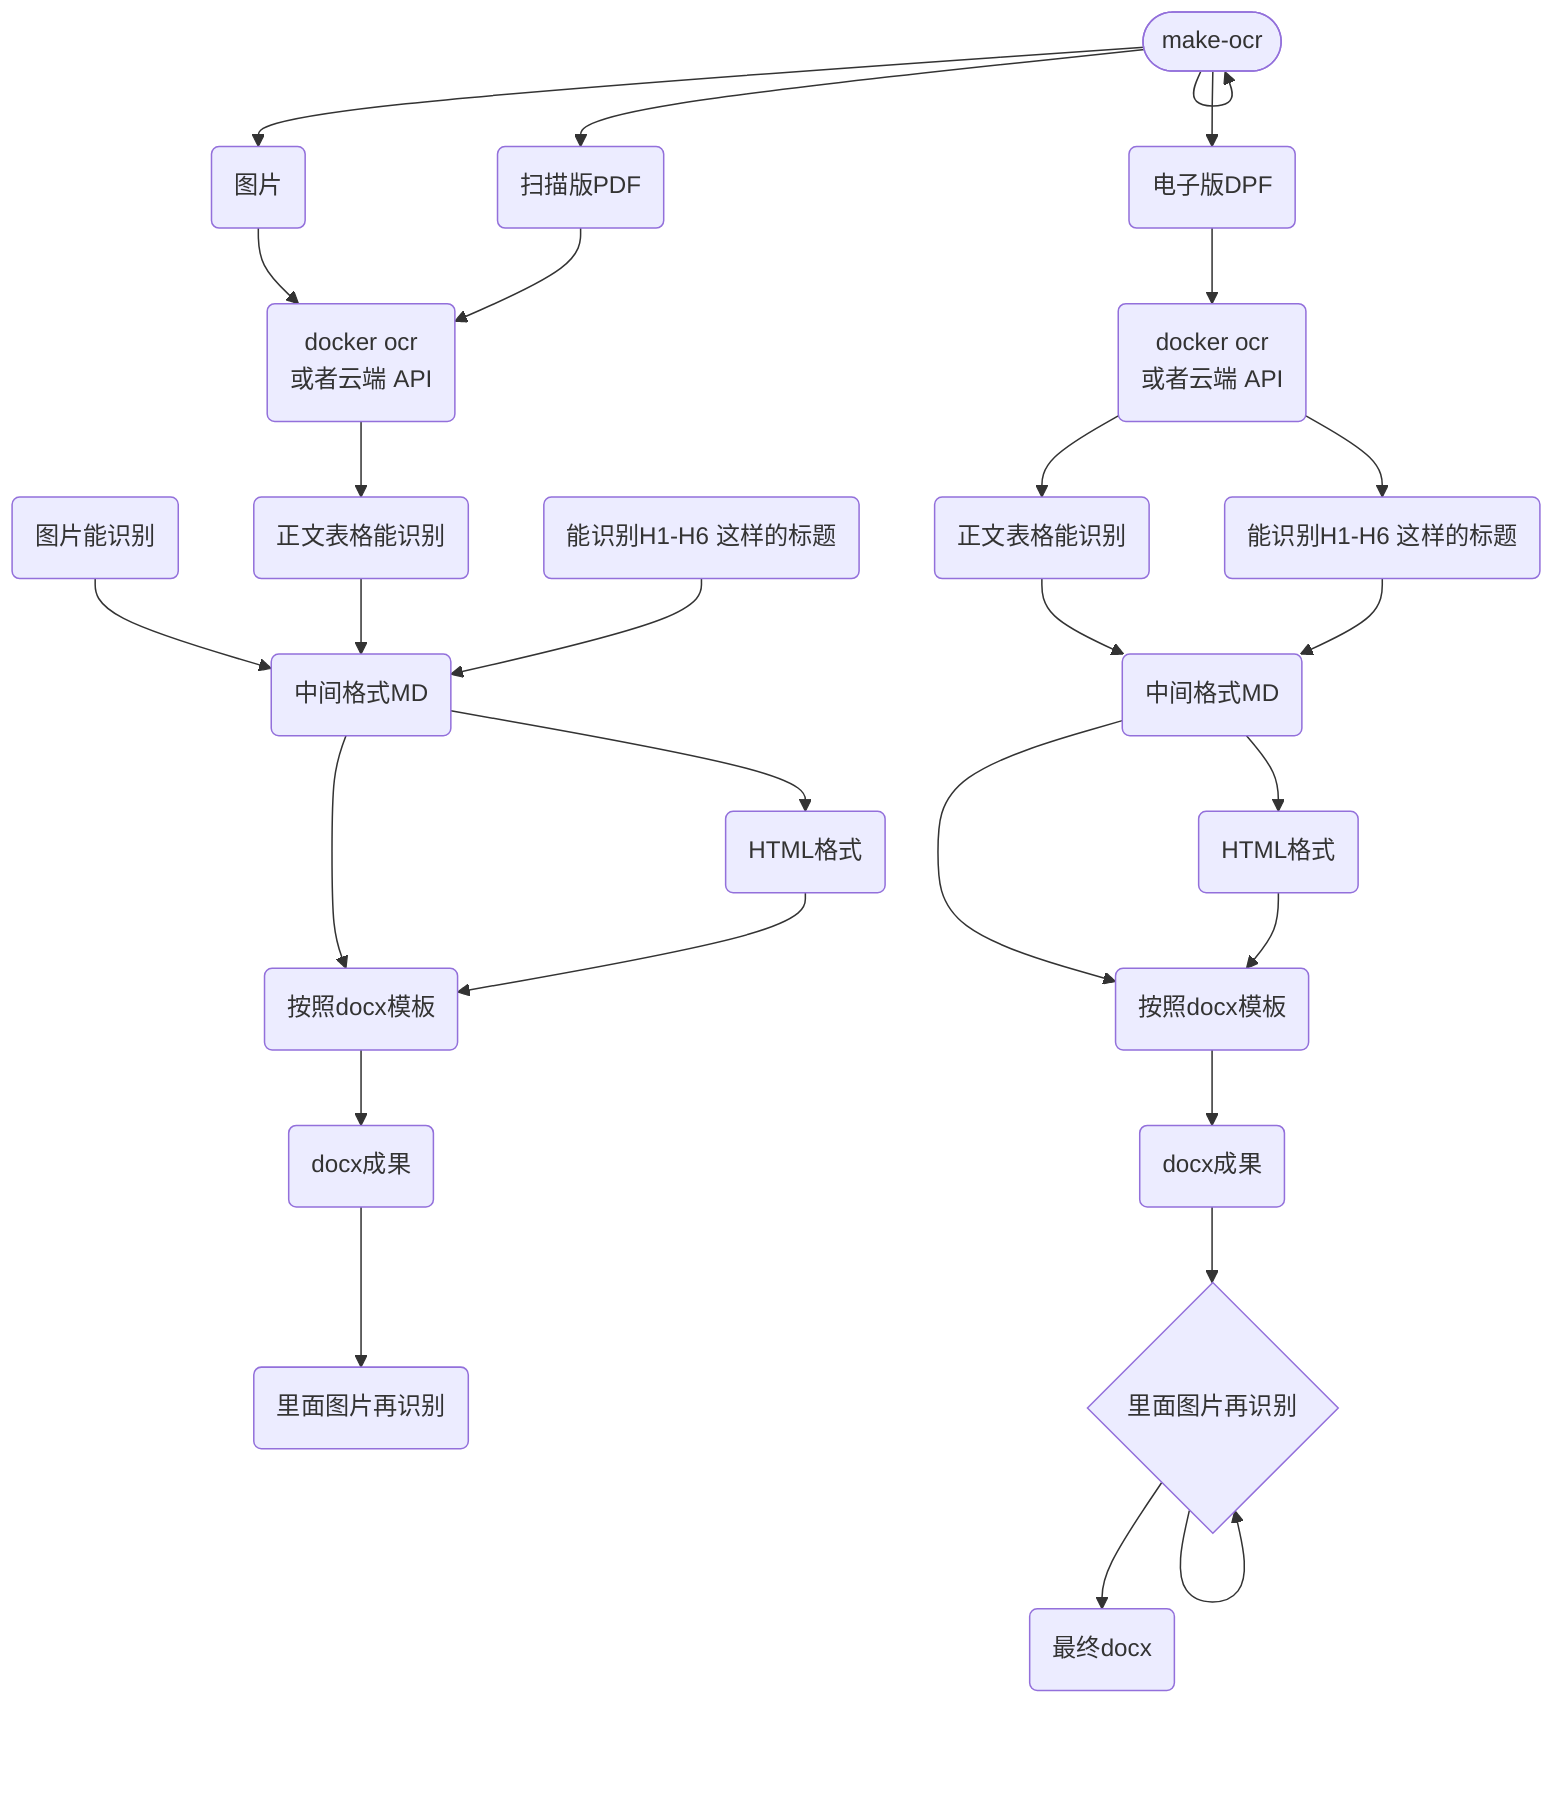
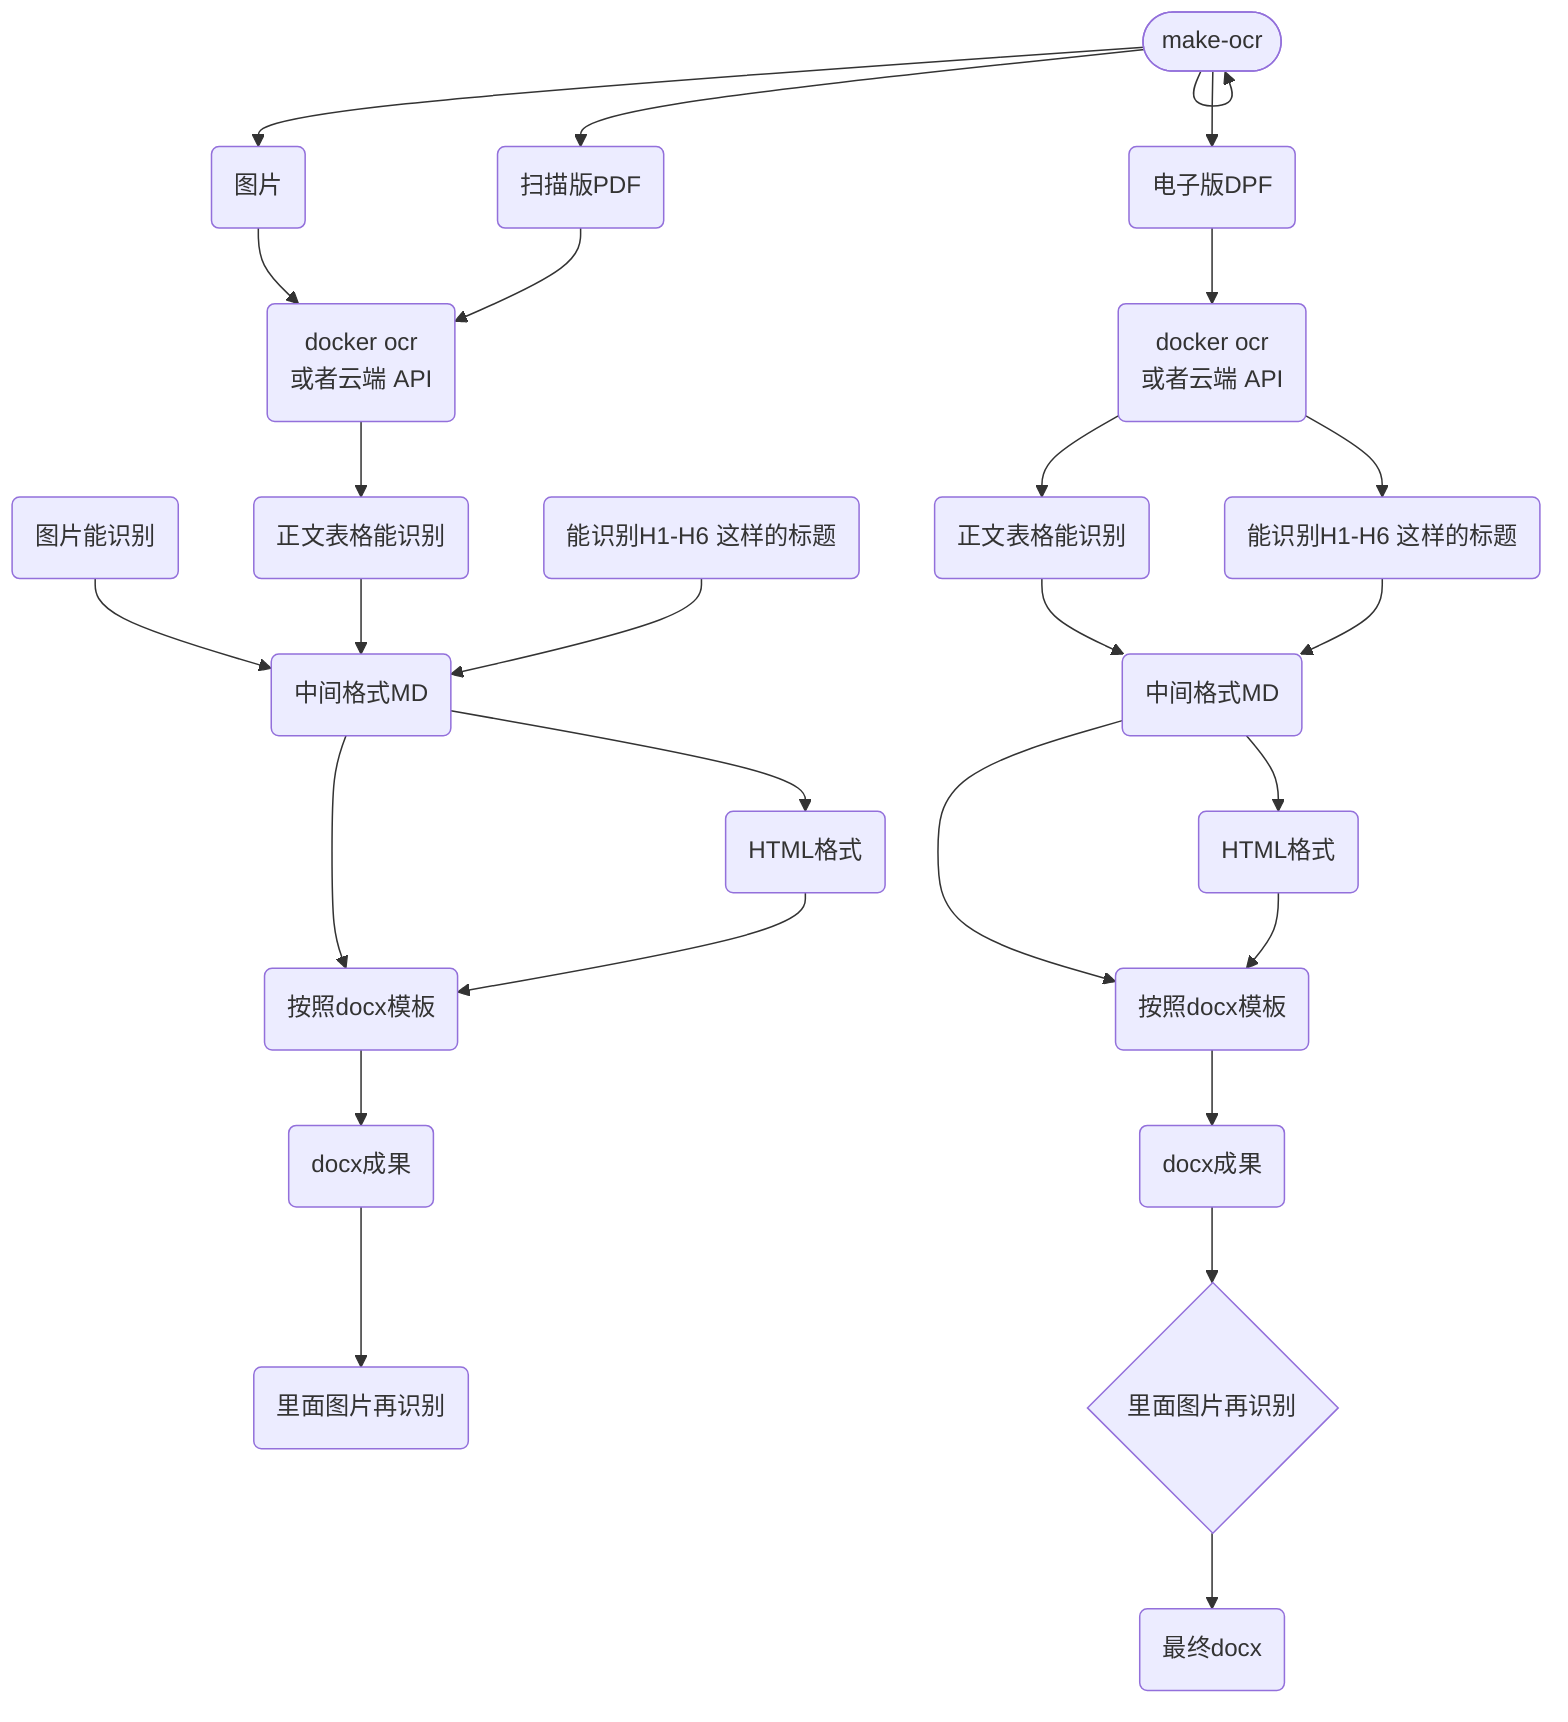
flowchart TD
  n_0(["make-ocr"])
  n_1("扫描版PDF")
  n_2("电子版DPF")
  n_3("docker ocr<br/>或者云端 API")
  n_4("图片")
  n_5("能识别H1-H6 这样的标题")
  n_6("正文表格能识别")
  n_7("图片能识别")
  n_8("按照docx模板")
  n_9("里面图片再识别")
  n_10("docx成果")
  n_11("中间格式MD")
  n_12("HTML格式")
  n_13("docker ocr<br/>或者云端 API")
  n_14("能识别H1-H6 这样的标题")
  n_15("正文表格能识别")
  n_16("按照docx模板")
  n_17("docx成果")
  n_18("中间格式MD")
  n_19("HTML格式")
-   n_20{"里面图片再识别"}
-   n_21("最终docx")
+   n_20("最终docx")
+   n_21{"里面图片再识别"}
  n_0 --> n_0
  n_0 --> n_1
  n_0 --> n_2
  n_0 --> n_4
  n_11 --> n_8
  n_11 --> n_12
  n_12 --> n_8
  n_8 --> n_10
  n_10 --> n_9
  n_18 --> n_16
  n_18 --> n_19
  n_19 --> n_16
  n_16 --> n_17
  n_4 --> n_3
  n_1 --> n_3
  n_2 --> n_13
  n_13 --> n_14
  n_13 --> n_15
  n_15 --> n_18
  n_14 --> n_18
  n_7 --> n_11
  n_6 --> n_11
  n_5 --> n_11
  n_3 --> n_6
-   n_17 --> n_20
-   n_20 --> n_21
-   n_20 --> n_20
+   n_17 --> n_21
+   n_21 --> n_20
